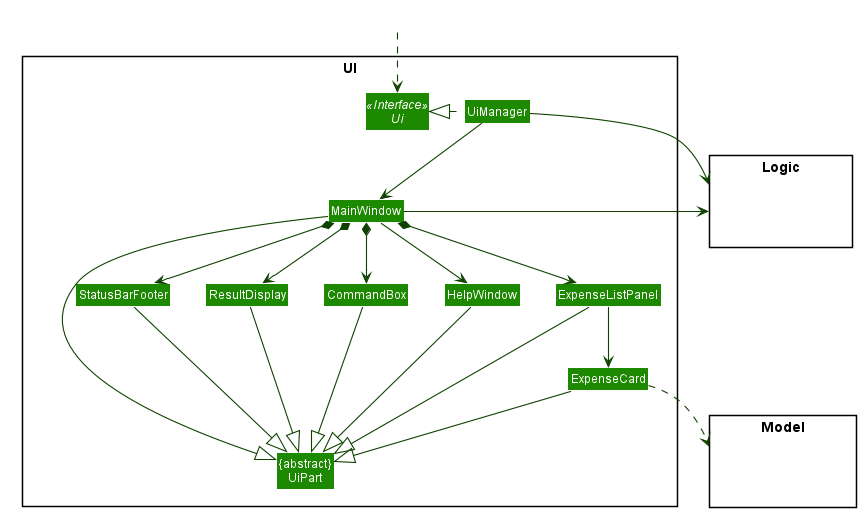
Earlier version of the PlantUML export docs/images/UiClassDiagram.png (nus-cs2103-AY2021S1/tp).
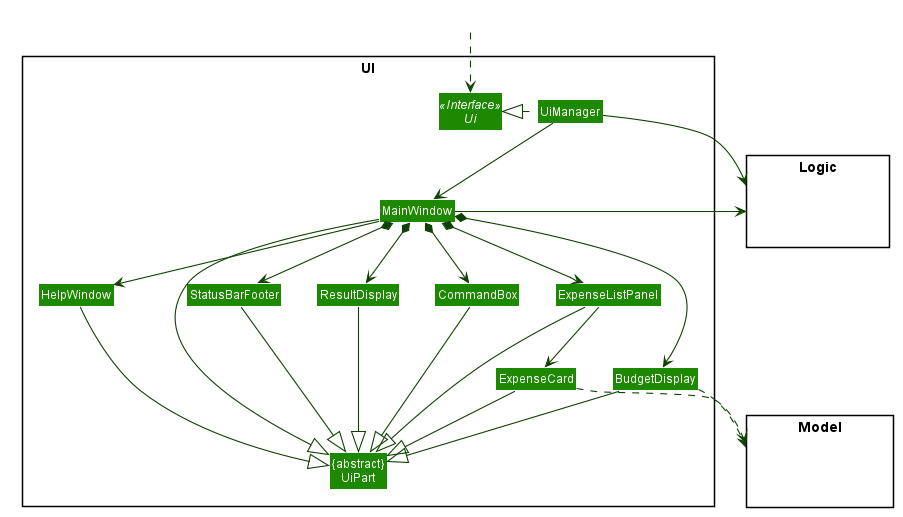
Later version of the same file.

Commit message:
Add BudgetDisplay to UI class diagram

Change to the diagram source:
```diff
@@ -58,6 +58,7 @@
 Class MainWindow
 Class HelpWindow
 Class ResultDisplay
+Class BudgetDisplay
 Class ExpenseListPanel
 Class ExpenseCard
 Class StatusBarFooter
@@ -80,6 +81,7 @@
 MainWindow --> HelpWindow
 MainWindow *-down-> CommandBox
 MainWindow *-down-> ResultDisplay
+MainWindow *-down-> BudgetDisplay
 MainWindow *-down-> ExpenseListPanel
 MainWindow *-down-> StatusBarFooter
 
@@ -88,6 +90,7 @@
 MainWindow -left-|> UiPart
 
 ResultDisplay --|> UiPart
+BudgetDisplay --|> UiPart
 CommandBox --|> UiPart
 ExpenseListPanel --|> UiPart
 ExpenseCard --|> UiPart
@@ -95,6 +98,7 @@
 HelpWindow -down-|> UiPart
 
 ExpenseCard ..> Model
+BudgetDisplay ..> Model
 UiManager -right-> Logic
 MainWindow -left-> Logic
 
```
